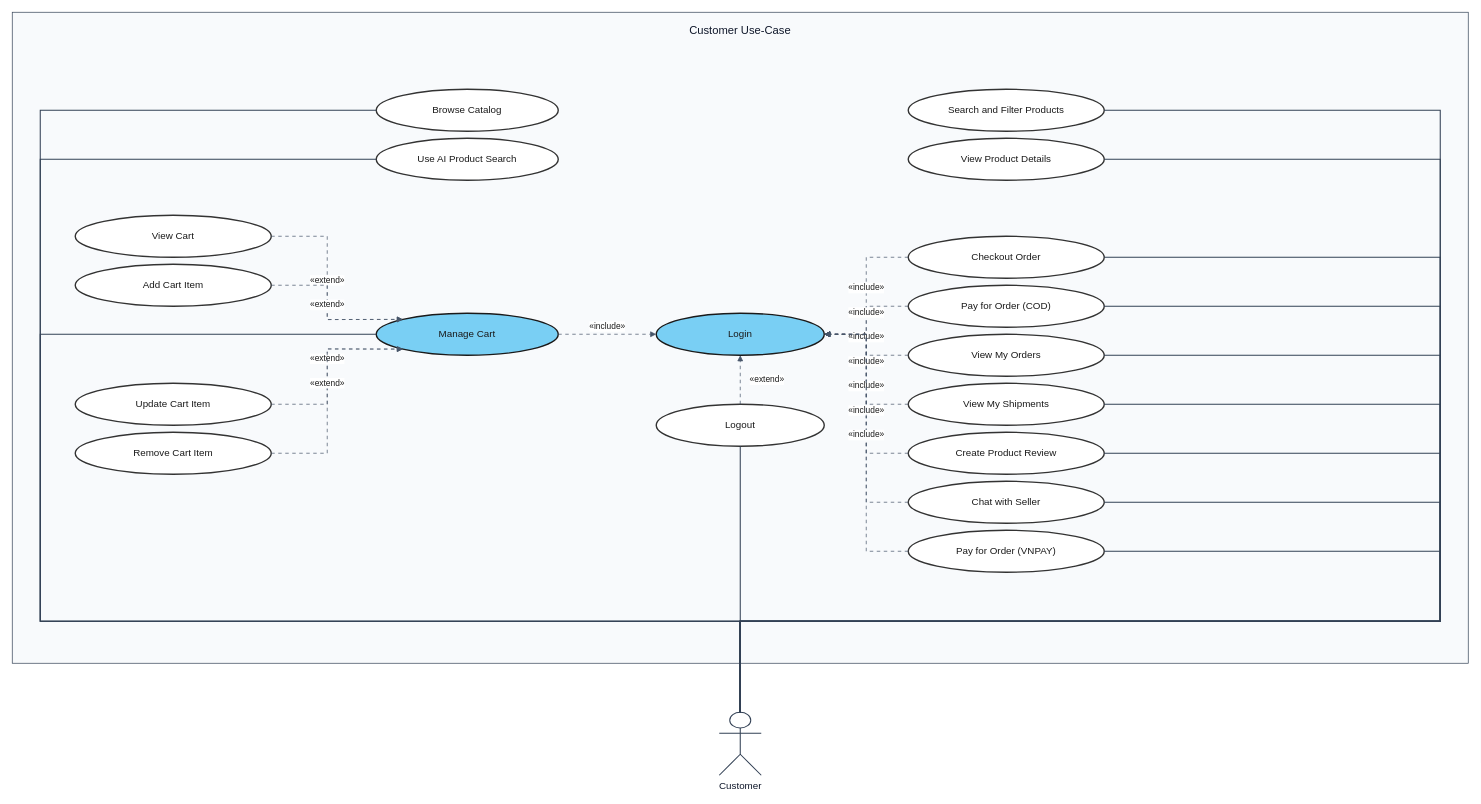
This is usecase-diagram/customer-usecases.drawio from e-commercial-marketplace/commerce-platform-docs, a draw.io file, before an edit. Source tidied: cells renumbered, new cells numbered last; positions are measured from the earlier drawing's top-left corner, leaving out a move shared by most shapes. Both pictures are drawn from the tidied source at 70%, with x=0, y=0 at pixel (12, 12).
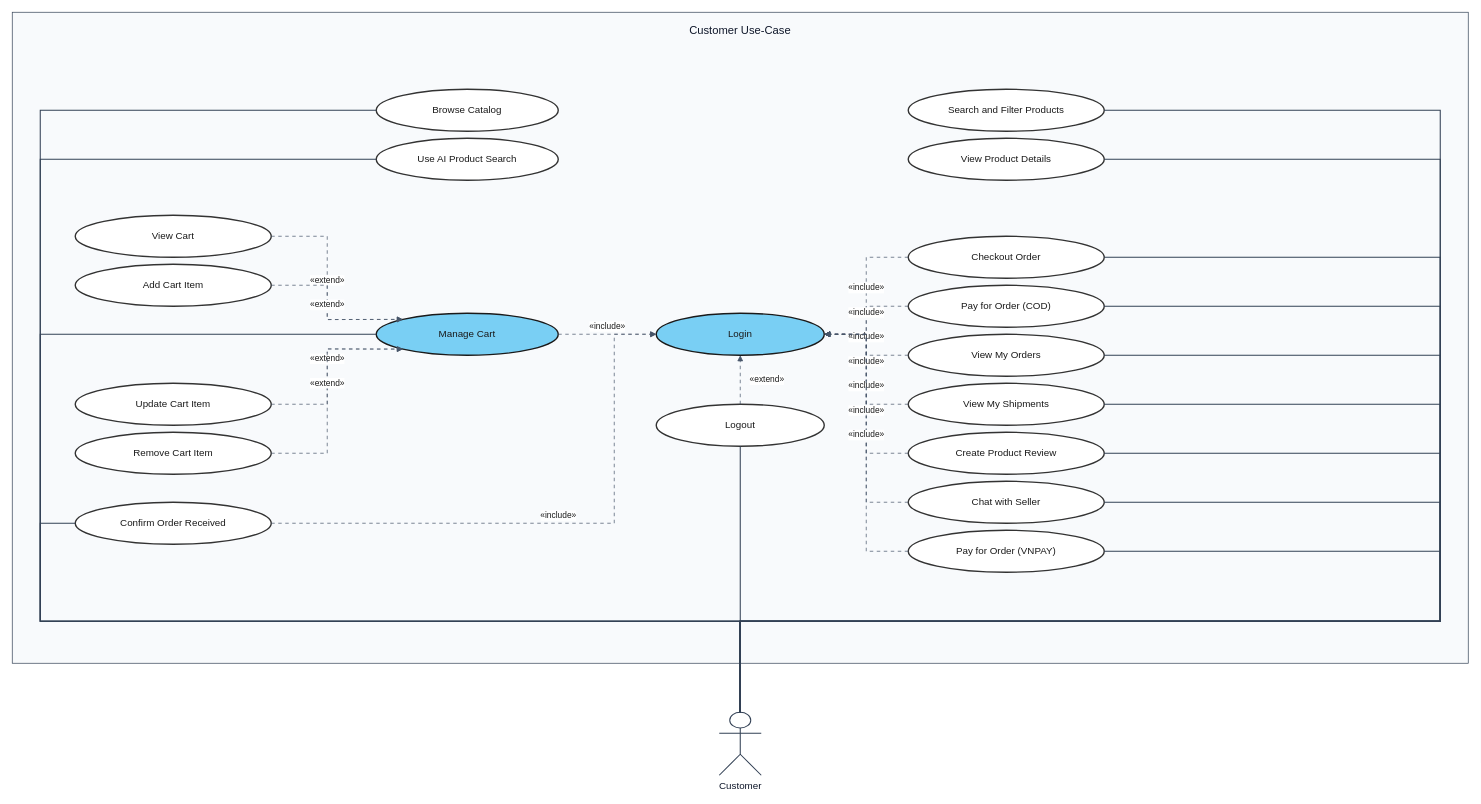
Above is the later version.

Unchanged cells that the change refers to:
```xml
<mxCell id="10" value="Login" style="ellipse;whiteSpace=wrap;html=1;align=center;verticalAlign=middle;fillColor=#79CFF4;strokeColor=#1A1A1A;strokeWidth=2;fontColor=#1A1A1A;fontSize=14;fontStyle=0;" parent="1" vertex="1">
  <mxGeometry x="920" y="430" width="240" height="60" as="geometry" />
</mxCell>
<mxCell id="21" value="Customer" style="shape=umlActor;verticalLabelPosition=bottom;verticalAlign=top;html=1;outlineConnect=0;fillColor=#ffffff;strokeColor=#334155;strokeWidth=1.5;fontColor=#0f172a;fontSize=14;fontStyle=0;" parent="1" vertex="1">
  <mxGeometry x="1010" y="1000" width="60" height="90" as="geometry" />
</mxCell>
```

The edit, as a diff of the source:
```diff
@@
+    <mxCell id="48" value="Confirm Order Received" style="ellipse;whiteSpace=wrap;html=1;align=center;verticalAlign=middle;fillColor=#ffffff;strokeColor=#333333;strokeWidth=2;fontColor=#1A1A1A;fontSize=14;fontStyle=0;" parent="1" vertex="1">
+      <mxGeometry x="90" y="700" width="280" height="60" as="geometry" />
+    </mxCell>
@@
+    <mxCell id="49" style="endArrow=none;html=1;rounded=0;strokeColor=#334155;strokeWidth=1.5;exitX=0.5;exitY=0;exitDx=0;exitDy=0;exitPerimeter=0;entryX=0;entryY=0.5;entryDx=0;entryDy=0;entryPerimeter=0;" parent="1" edge="1" source="21" target="48">
+      <mxGeometry relative="1" as="geometry">
+        <Array as="points">
+          <mxPoint x="1040" y="870" />
+          <mxPoint x="40" y="870" />
+          <mxPoint x="40" y="730" />
+        </Array>
+        <mxPoint y="-11" as="offset" />
+      </mxGeometry>
+    </mxCell>
+    <mxCell id="50" value="«include»" style="endArrow=block;endFill=1;endSize=6;dashed=1;dashPattern=5 5;html=1;rounded=0;strokeColor=#475569;strokeWidth=1;fontSize=12;fontColor=#1A1A1A;fontStyle=0;exitX=1;exitY=0.5;exitDx=0;exitDy=0;exitPerimeter=0;entryX=0;entryY=0.5;entryDx=0;entryDy=0;entryPerimeter=0;" parent="1" edge="1" source="48" target="10">
+      <mxGeometry relative="1" as="geometry">
+        <Array as="points">
+          <mxPoint x="860" y="730" />
+          <mxPoint x="860" y="460" />
+        </Array>
+        <mxPoint y="-11" as="offset" />
+      </mxGeometry>
+    </mxCell>
```
